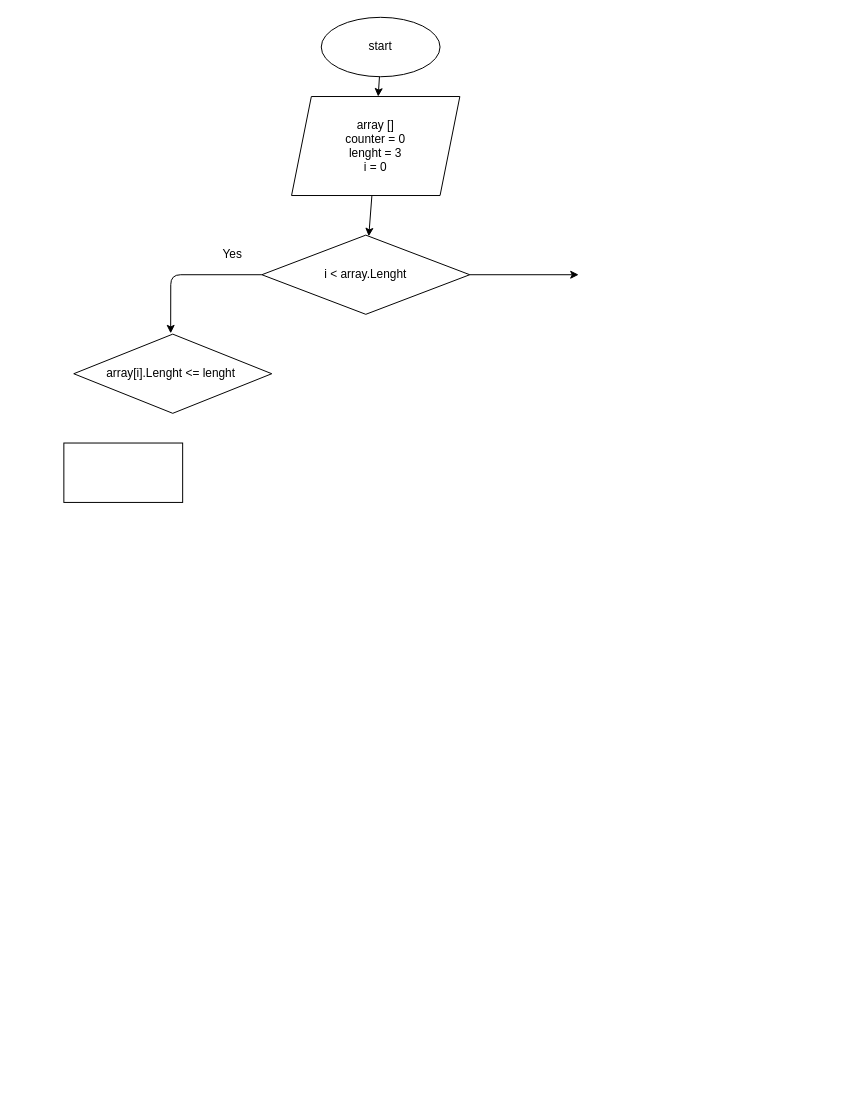
The draw.io diagram Home_Work/FinalTestWork/algoritm.drawio in Nikpell/C_-_Seminar_and_HomeWork, before the edit. Source tidied: cells renumbered, new cells numbered last; positions are measured from the earlier drawing's top-left corner, leaving out a move shared by most shapes. Both pictures are drawn from the tidied source at 99%, with x=0, y=0 at pixel (63, 17).
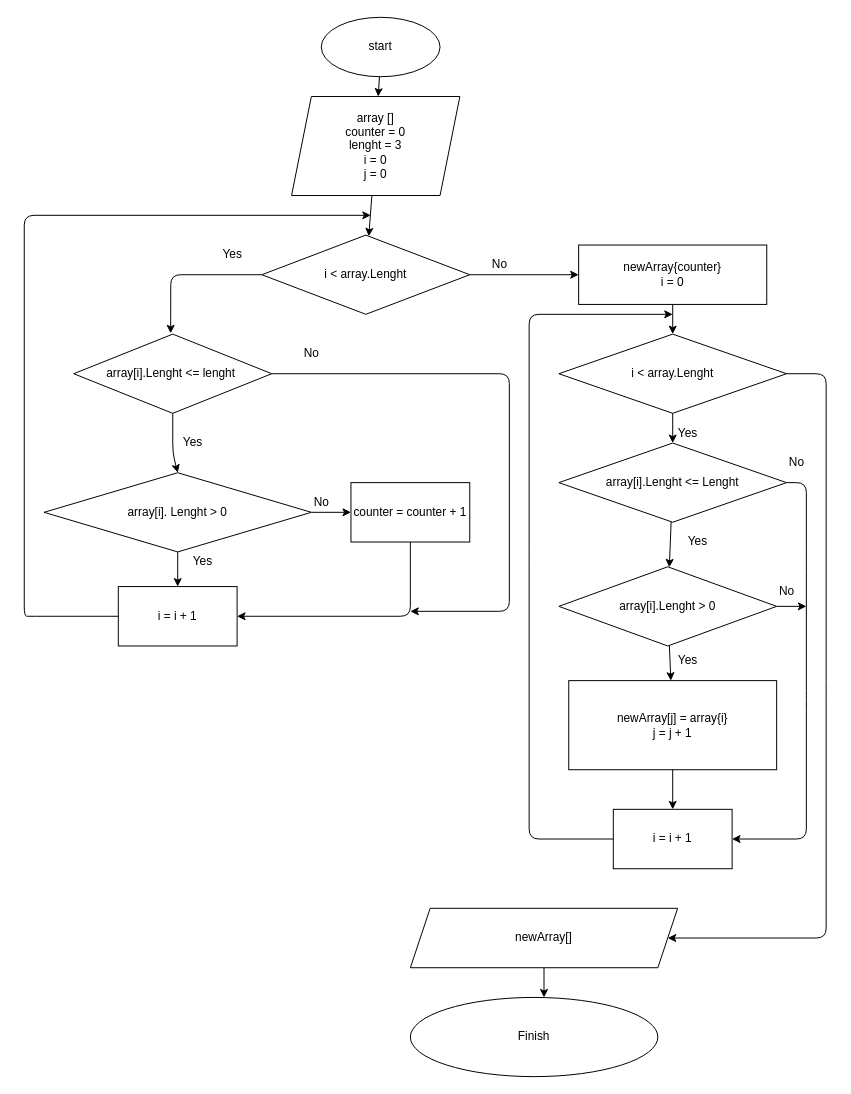
The same page after the edit.

The change refers to these unchanged cells:
```xml
<mxCell id="10" value="array[i].Lenght &amp;lt;= lenght&amp;nbsp;" style="rhombus;whiteSpace=wrap;html=1;" parent="1" vertex="1">
  <mxGeometry x="10" y="320" width="200" height="80" as="geometry" />
</mxCell>
```

Change to the diagram source:
```diff
@@
-    <mxCell id="5" value="array []&lt;br&gt;counter = 0&lt;br&gt;lenght = 3&lt;br&gt;i = 0" style="shape=parallelogram;perimeter=parallelogramPerimeter;whiteSpace=wrap;html=1;fixedSize=1;" parent="1" vertex="1">
+    <mxCell id="5" value="array []&lt;br&gt;counter = 0&lt;br&gt;lenght = 3&lt;br&gt;i = 0&lt;br&gt;j = 0" style="shape=parallelogram;perimeter=parallelogramPerimeter;whiteSpace=wrap;html=1;fixedSize=1;" parent="1" vertex="1">
       <mxGeometry x="230" y="80" width="170" height="100" as="geometry" />
     </mxCell>
@@
+    <mxCell id="12" style="edgeStyle=none;html=1;entryX=0.5;entryY=0;entryDx=0;entryDy=0;" parent="1" edge="1" source="10" target="16">
+      <mxGeometry relative="1" as="geometry">
+        <Array as="points">
+          <mxPoint x="110" y="440" />
+        </Array>
+      </mxGeometry>
+    </mxCell>
+    <mxCell id="13" style="edgeStyle=none;html=1;" parent="1" edge="1" source="10">
+      <mxGeometry relative="1" as="geometry">
+        <mxPoint x="350" y="600" as="targetPoint" />
+        <Array as="points">
+          <mxPoint x="450" y="360" />
+          <mxPoint x="450" y="600" />
+        </Array>
+      </mxGeometry>
+    </mxCell>
@@
-    <mxCell id="11" style="rounded=0;whiteSpace=wrap;html=1;" parent="1" vertex="1">
-      <mxGeometry y="430" width="120" height="60" as="geometry" />
-    </mxCell>
+    <mxCell id="14" style="edgeStyle=none;html=1;" parent="1" edge="1" source="16" target="18">
+      <mxGeometry relative="1" as="geometry" />
+    </mxCell>
+    <mxCell id="15" style="edgeStyle=none;html=1;" parent="1" edge="1" source="16" target="21">
+      <mxGeometry relative="1" as="geometry" />
+    </mxCell>
+    <mxCell id="16" value="array[i]. Lenght &amp;gt; 0" style="rhombus;whiteSpace=wrap;html=1;" parent="1" vertex="1">
+      <mxGeometry x="-20" y="460" width="270" height="80" as="geometry" />
+    </mxCell>
+    <mxCell id="17" style="edgeStyle=none;html=1;entryX=1;entryY=0.5;entryDx=0;entryDy=0;" parent="1" edge="1" source="18" target="21">
+      <mxGeometry relative="1" as="geometry">
+        <Array as="points">
+          <mxPoint x="350" y="605" />
+        </Array>
+      </mxGeometry>
+    </mxCell>
+    <mxCell id="18" value="counter = counter + 1" style="whiteSpace=wrap;html=1;" parent="1" vertex="1">
+      <mxGeometry x="290" y="470" width="120" height="60" as="geometry" />
+    </mxCell>
+    <mxCell id="19" value="No" style="text;html=1;align=center;verticalAlign=middle;strokeColor=none;fillColor=none;" parent="1" vertex="1">
+      <mxGeometry x="245" y="480" width="30" height="20" as="geometry" />
+    </mxCell>
+    <mxCell id="20" style="edgeStyle=none;html=1;" parent="1" edge="1" source="21">
+      <mxGeometry relative="1" as="geometry">
+        <mxPoint x="310" y="200" as="targetPoint" />
+        <Array as="points">
+          <mxPoint x="-30" y="605" />
+          <mxPoint x="-40" y="605" />
+          <mxPoint x="-40" y="200" />
+        </Array>
+      </mxGeometry>
+    </mxCell>
+    <mxCell id="21" value="i = i + 1" style="rounded=0;whiteSpace=wrap;html=1;" parent="1" vertex="1">
+      <mxGeometry x="55" y="575" width="120" height="60" as="geometry" />
+    </mxCell>
+    <mxCell id="22" value="Yes" style="text;html=1;align=center;verticalAlign=middle;strokeColor=none;fillColor=none;" parent="1" vertex="1">
+      <mxGeometry x="115" y="420" width="30" height="20" as="geometry" />
+    </mxCell>
+    <mxCell id="23" value="No" style="text;html=1;align=center;verticalAlign=middle;strokeColor=none;fillColor=none;" parent="1" vertex="1">
+      <mxGeometry x="235" y="330" width="30" height="20" as="geometry" />
+    </mxCell>
+    <mxCell id="24" value="Yes" style="text;html=1;align=center;verticalAlign=middle;strokeColor=none;fillColor=none;" parent="1" vertex="1">
+      <mxGeometry x="125" y="540" width="30" height="20" as="geometry" />
+    </mxCell>
+    <mxCell id="25" style="edgeStyle=none;html=1;" parent="1" edge="1" source="26">
+      <mxGeometry relative="1" as="geometry">
+        <mxPoint x="615" y="320" as="targetPoint" />
+      </mxGeometry>
+    </mxCell>
+    <mxCell id="26" value="newArray{counter}&lt;br&gt;i = 0" style="rounded=0;whiteSpace=wrap;html=1;" parent="1" vertex="1">
+      <mxGeometry x="520" y="230" width="190" height="60" as="geometry" />
+    </mxCell>
+    <mxCell id="27" value="No" style="text;html=1;align=center;verticalAlign=middle;strokeColor=none;fillColor=none;" parent="1" vertex="1">
+      <mxGeometry x="425" y="240" width="30" height="20" as="geometry" />
+    </mxCell>
+    <mxCell id="28" style="edgeStyle=none;html=1;" parent="1" edge="1" source="30" target="33">
+      <mxGeometry relative="1" as="geometry" />
+    </mxCell>
+    <mxCell id="29" style="edgeStyle=none;html=1;" parent="1" edge="1" source="30" target="47">
+      <mxGeometry relative="1" as="geometry">
+        <Array as="points">
+          <mxPoint x="770" y="360" />
+          <mxPoint x="770" y="680" />
+          <mxPoint x="770" y="930" />
+        </Array>
+      </mxGeometry>
+    </mxCell>
+    <mxCell id="30" value="i &amp;lt; array.Lenght" style="rhombus;whiteSpace=wrap;html=1;" parent="1" vertex="1">
+      <mxGeometry x="500" y="320" width="230" height="80" as="geometry" />
+    </mxCell>
+    <mxCell id="31" style="edgeStyle=none;html=1;" parent="1" edge="1" source="33" target="36">
+      <mxGeometry relative="1" as="geometry" />
+    </mxCell>
+    <mxCell id="32" style="edgeStyle=none;html=1;entryX=1;entryY=0.5;entryDx=0;entryDy=0;" parent="1" edge="1" source="33" target="40">
+      <mxGeometry relative="1" as="geometry">
+        <Array as="points">
+          <mxPoint x="750" y="470" />
+          <mxPoint x="750" y="550" />
+          <mxPoint x="750" y="690" />
+          <mxPoint x="750" y="830" />
+        </Array>
+      </mxGeometry>
+    </mxCell>
+    <mxCell id="33" value="array[i].Lenght &amp;lt;= Lenght" style="rhombus;whiteSpace=wrap;html=1;" parent="1" vertex="1">
+      <mxGeometry x="500" y="430" width="230" height="80" as="geometry" />
+    </mxCell>
+    <mxCell id="34" style="edgeStyle=none;html=1;" parent="1" edge="1" source="36" target="38">
+      <mxGeometry relative="1" as="geometry" />
+    </mxCell>
+    <mxCell id="35" style="edgeStyle=none;html=1;" parent="1" edge="1" source="36">
+      <mxGeometry relative="1" as="geometry">
+        <mxPoint x="750" y="595" as="targetPoint" />
+      </mxGeometry>
+    </mxCell>
+    <mxCell id="36" value="array[i].Lenght &amp;gt; 0" style="rhombus;whiteSpace=wrap;html=1;" parent="1" vertex="1">
+      <mxGeometry x="500" y="555" width="220" height="80" as="geometry" />
+    </mxCell>
+    <mxCell id="37" style="edgeStyle=none;html=1;" parent="1" edge="1" source="38" target="40">
+      <mxGeometry relative="1" as="geometry" />
+    </mxCell>
+    <mxCell id="38" value="newArray[j] = array{i}&lt;br&gt;j = j + 1" style="rounded=0;whiteSpace=wrap;html=1;" parent="1" vertex="1">
+      <mxGeometry x="510" y="670" width="210" height="90" as="geometry" />
+    </mxCell>
+    <mxCell id="39" style="edgeStyle=none;html=1;" parent="1" edge="1" source="40">
+      <mxGeometry relative="1" as="geometry">
+        <mxPoint x="615" y="300" as="targetPoint" />
+        <Array as="points">
+          <mxPoint x="470" y="830" />
+          <mxPoint x="470" y="540" />
+          <mxPoint x="470" y="300" />
+        </Array>
+      </mxGeometry>
+    </mxCell>
+    <mxCell id="40" value="i = i + 1" style="rounded=0;whiteSpace=wrap;html=1;" parent="1" vertex="1">
+      <mxGeometry x="555" y="800" width="120" height="60" as="geometry" />
+    </mxCell>
+    <mxCell id="41" value="Yes" style="text;html=1;align=center;verticalAlign=middle;strokeColor=none;fillColor=none;" parent="1" vertex="1">
+      <mxGeometry x="615" y="410" width="30" height="20" as="geometry" />
+    </mxCell>
+    <mxCell id="42" value="Yes" style="text;html=1;align=center;verticalAlign=middle;strokeColor=none;fillColor=none;" parent="1" vertex="1">
+      <mxGeometry x="625" y="520" width="30" height="20" as="geometry" />
+    </mxCell>
+    <mxCell id="43" value="Yes" style="text;html=1;align=center;verticalAlign=middle;strokeColor=none;fillColor=none;" parent="1" vertex="1">
+      <mxGeometry x="615" y="640" width="30" height="20" as="geometry" />
+    </mxCell>
+    <mxCell id="44" value="No" style="text;html=1;align=center;verticalAlign=middle;strokeColor=none;fillColor=none;" parent="1" vertex="1">
+      <mxGeometry x="725" y="440" width="30" height="20" as="geometry" />
+    </mxCell>
+    <mxCell id="45" value="No" style="text;html=1;align=center;verticalAlign=middle;strokeColor=none;fillColor=none;" parent="1" vertex="1">
+      <mxGeometry x="715" y="570" width="30" height="20" as="geometry" />
+    </mxCell>
+    <mxCell id="46" style="edgeStyle=none;html=1;" parent="1" edge="1" source="47">
+      <mxGeometry relative="1" as="geometry">
+        <mxPoint x="485" y="990" as="targetPoint" />
+      </mxGeometry>
+    </mxCell>
+    <mxCell id="47" value="newArray[]" style="shape=parallelogram;perimeter=parallelogramPerimeter;whiteSpace=wrap;html=1;fixedSize=1;" parent="1" vertex="1">
+      <mxGeometry x="350" y="900" width="270" height="60" as="geometry" />
+    </mxCell>
+    <mxCell id="48" value="Finish" style="ellipse;whiteSpace=wrap;html=1;" parent="1" vertex="1">
+      <mxGeometry x="350" y="990" width="250" height="80" as="geometry" />
+    </mxCell>
```
